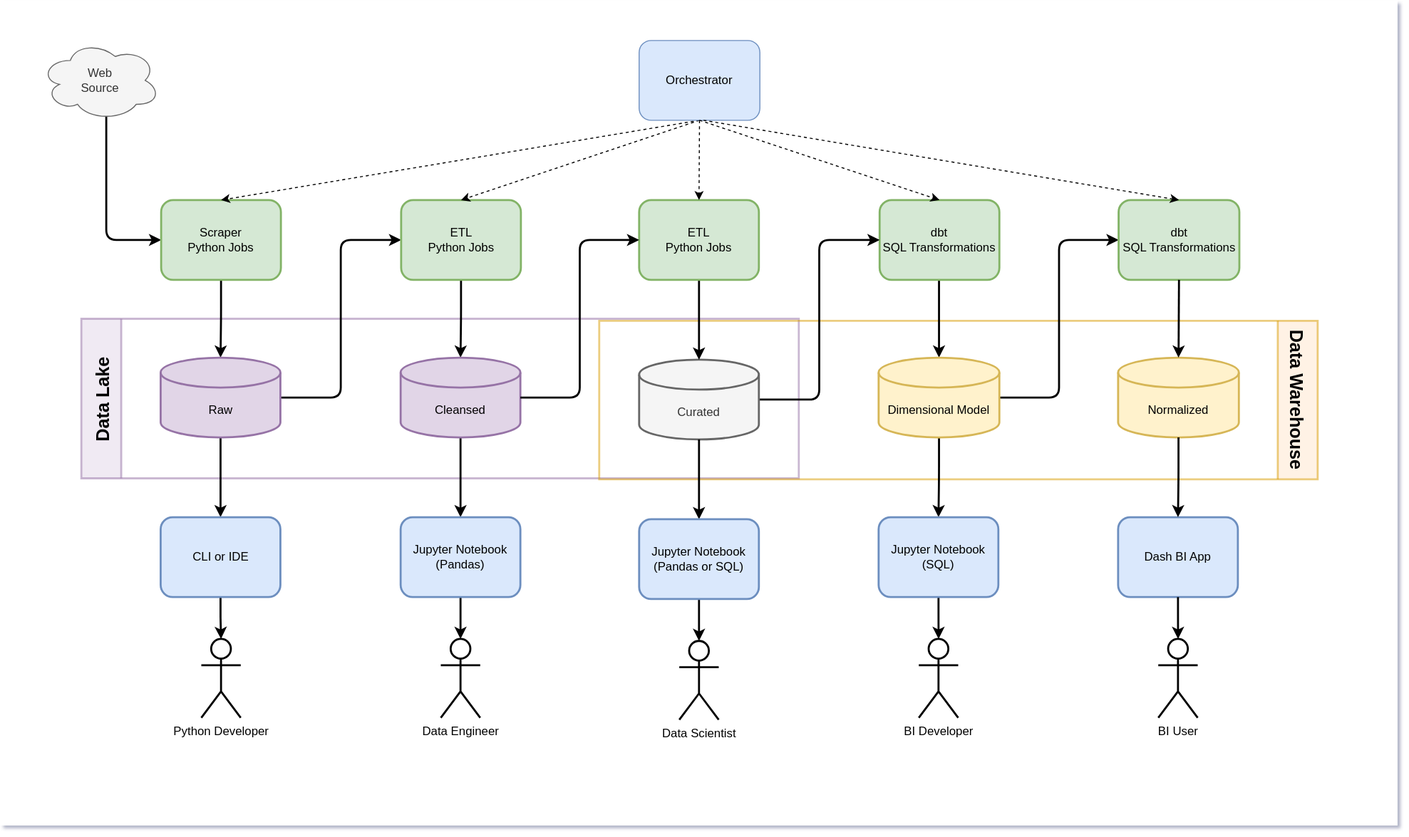
This is doc/architecture-overview.drawio.svg from petracarrion/job-market-analytics, a draw.io export, as it was before one commit. Source tidied: cells renumbered, new cells last; positions are measured from the earlier drawing's top-left corner, leaving out a move shared by most shapes.
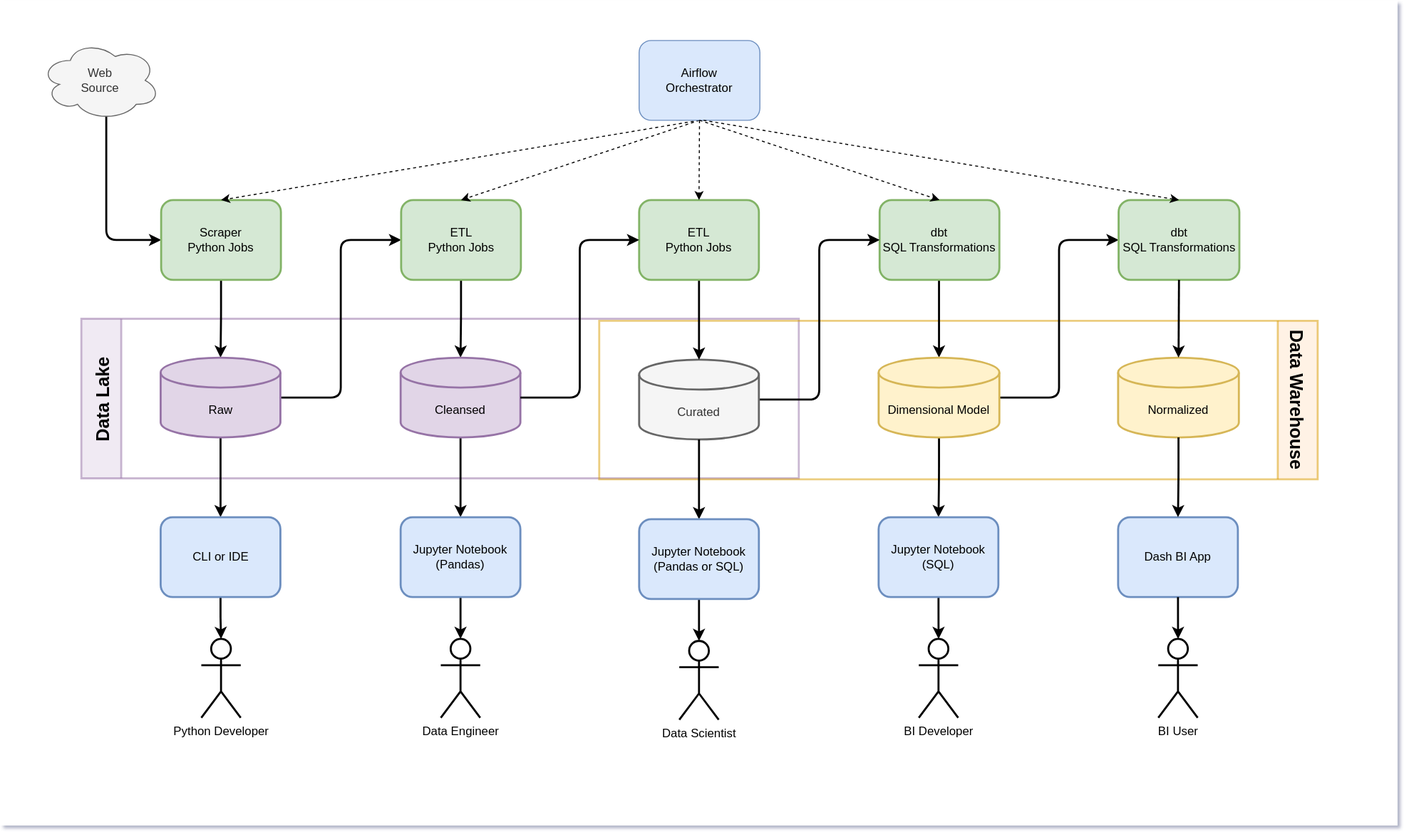
The same diagram one commit later.

The edit, as a diff of the source:
```diff
@@ -117,7 +117,7 @@
     <mxCell id="38" style="edgeStyle=none;rounded=0;jettySize=auto;html=1;entryX=0.5;entryY=0;entryDx=0;entryDy=0;exitX=0.5;exitY=1;exitDx=0;exitDy=0;dashed=1;" parent="3" edge="1" source="39" target="14">
       <mxGeometry relative="1" as="geometry" />
     </mxCell>
-    <mxCell id="39" value="Orchestrator" style="rounded=1;whiteSpace=wrap;html=1;fillColor=#dae8fc;strokeColor=#6c8ebf;" parent="3" vertex="1">
+    <mxCell id="39" value="Airflow&lt;br&gt;Orchestrator" style="rounded=1;whiteSpace=wrap;html=1;fillColor=#dae8fc;strokeColor=#6c8ebf;" parent="3" vertex="1">
       <mxGeometry x="640" y="40" width="121" height="80" as="geometry" />
     </mxCell>
     <mxCell id="40" value="dbt&lt;br&gt;SQL Transformations" style="rounded=1;whiteSpace=wrap;html=1;fillColor=#d5e8d4;strokeColor=#82b366;strokeWidth=2;perimeterSpacing=0;" parent="3" vertex="1">
```
